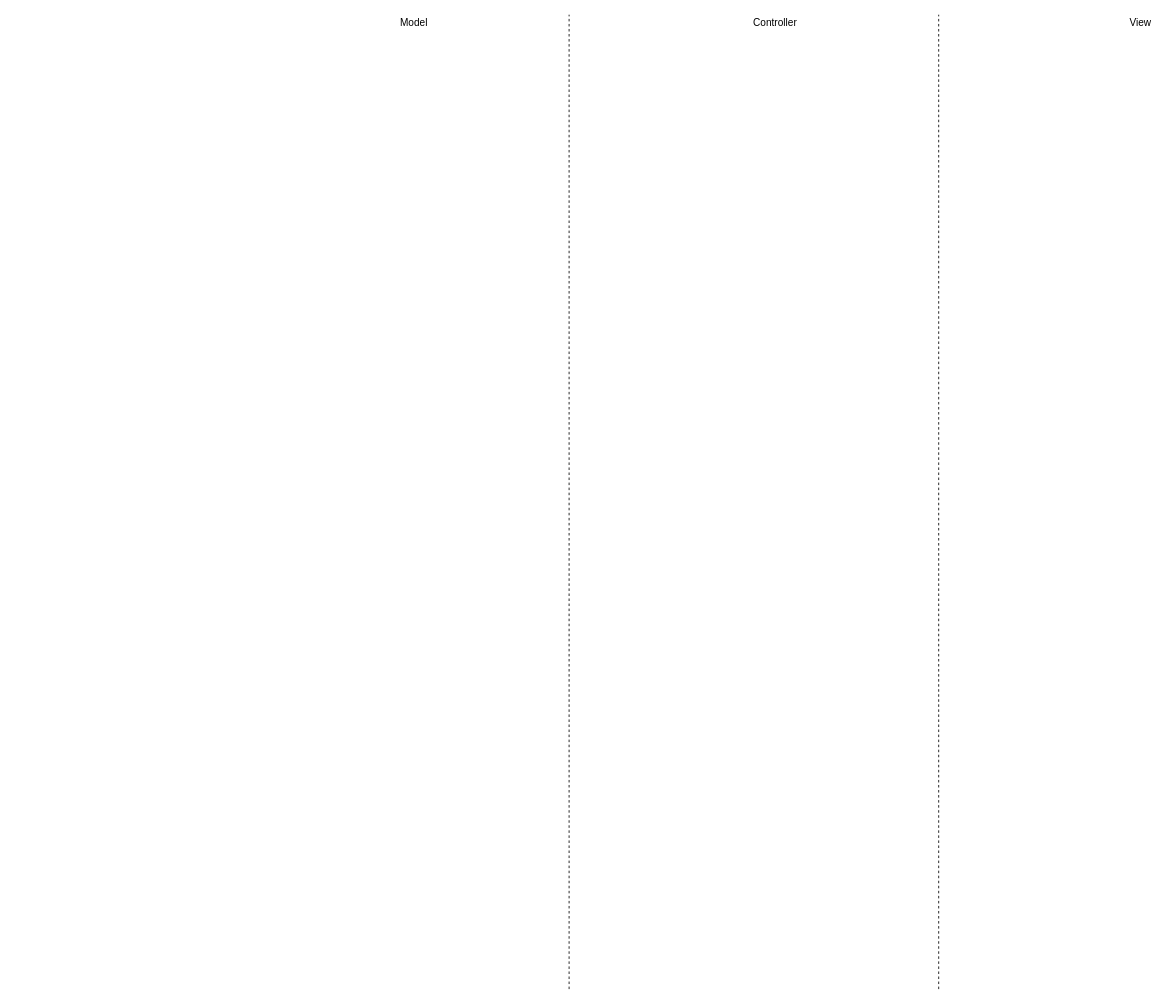
Earlier version of the draw.io diagram page "classes" (5 of 5) of schemes/scheme.drawio (vikk777/Smart-Dictionary). Source tidied: cells renumbered, new cells numbered last; positions are measured from the earlier drawing's top-left corner, leaving out a move shared by most shapes. Both pictures are drawn from the tidied source at 84%, with x=0, y=0 at pixel (392, 14).
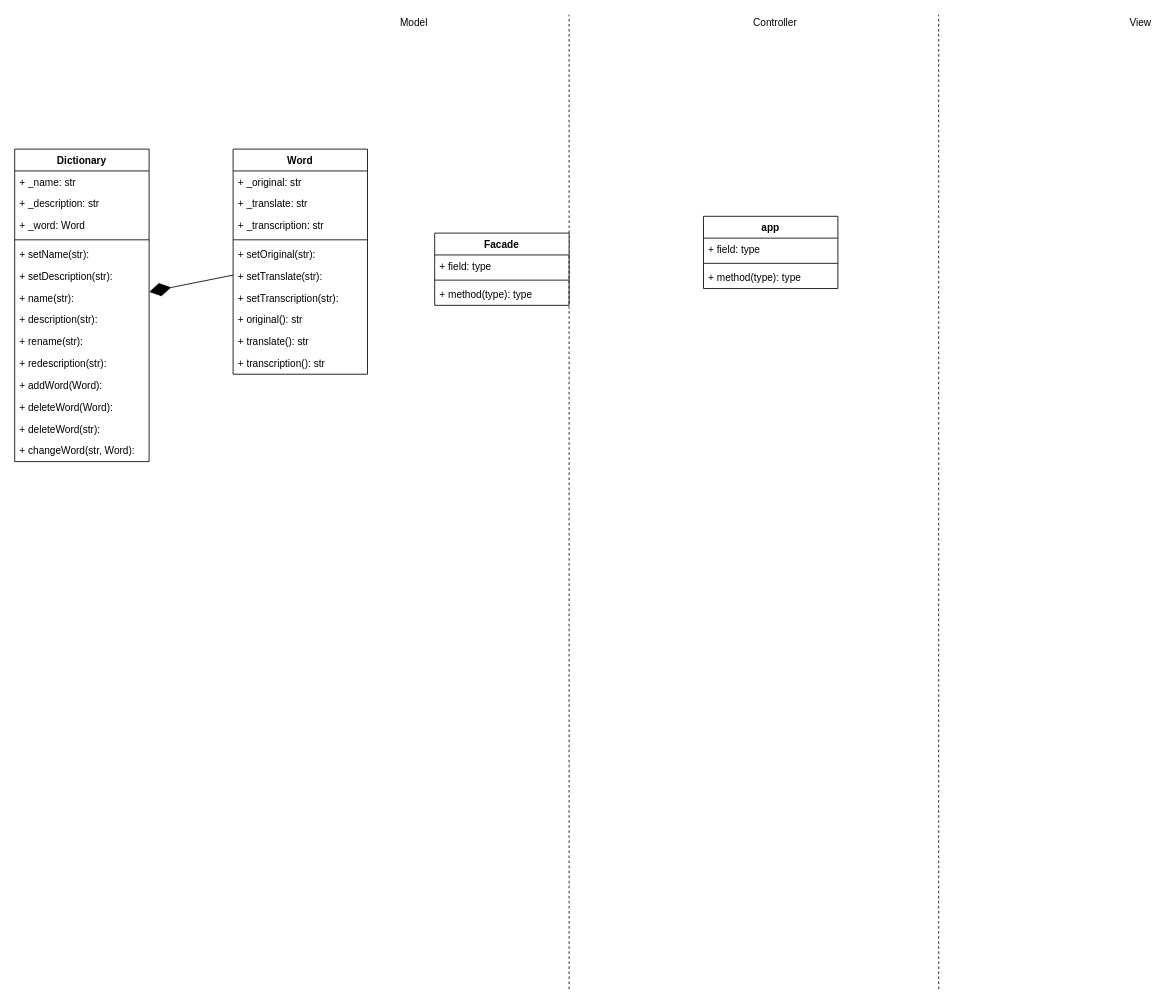
Above is the later version.

Commit message (it also covers changes not shown here):
Created structure of the app. Classes Word and Dictionaries added to scheme

Change to the diagram source:
```diff
@@
+    <mxCell id="7" value="app" style="swimlane;fontStyle=1;align=center;verticalAlign=top;horizontal=1;startSize=26;" parent="1" vertex="1">
+      <mxGeometry x="370" y="240" width="160" height="86" as="geometry" />
+    </mxCell>
+    <mxCell id="8" value="+ field: type" style="text;strokeColor=none;fillColor=none;align=left;verticalAlign=top;spacingLeft=4;spacingRight=4;overflow=hidden;" parent="7" vertex="1">
+      <mxGeometry y="26" width="160" height="26" as="geometry" />
+    </mxCell>
+    <mxCell id="9" style="line;strokeWidth=1;fillColor=none;align=left;verticalAlign=middle;spacingTop=-1;spacingLeft=3;spacingRight=3;labelPosition=right;" parent="7" vertex="1">
+      <mxGeometry y="52" width="160" height="8" as="geometry" />
+    </mxCell>
+    <mxCell id="10" value="+ method(type): type" style="text;strokeColor=none;fillColor=none;align=left;verticalAlign=top;spacingLeft=4;spacingRight=4;overflow=hidden;" parent="7" vertex="1">
+      <mxGeometry y="60" width="160" height="26" as="geometry" />
+    </mxCell>
+    <mxCell id="11" value="Facade" style="swimlane;fontStyle=1;align=center;verticalAlign=top;horizontal=1;startSize=26;" parent="1" vertex="1">
+      <mxGeometry x="50" y="260" width="160" height="86" as="geometry" />
+    </mxCell>
+    <mxCell id="12" value="+ field: type" style="text;strokeColor=none;fillColor=none;align=left;verticalAlign=top;spacingLeft=4;spacingRight=4;overflow=hidden;" parent="11" vertex="1">
+      <mxGeometry y="26" width="160" height="26" as="geometry" />
+    </mxCell>
+    <mxCell id="13" style="line;strokeWidth=1;fillColor=none;align=left;verticalAlign=middle;spacingTop=-1;spacingLeft=3;spacingRight=3;labelPosition=right;" parent="11" vertex="1">
+      <mxGeometry y="52" width="160" height="8" as="geometry" />
+    </mxCell>
+    <mxCell id="14" value="+ method(type): type" style="text;strokeColor=none;fillColor=none;align=left;verticalAlign=top;spacingLeft=4;spacingRight=4;overflow=hidden;" parent="11" vertex="1">
+      <mxGeometry y="60" width="160" height="26" as="geometry" />
+    </mxCell>
+    <mxCell id="15" value="Word" style="swimlane;fontStyle=1;align=center;verticalAlign=top;horizontal=1;startSize=26;" parent="1" vertex="1">
+      <mxGeometry x="-190" y="160" width="160" height="268" as="geometry" />
+    </mxCell>
+    <mxCell id="16" value="+ _original: str" style="text;strokeColor=none;fillColor=none;align=left;verticalAlign=top;spacingLeft=4;spacingRight=4;overflow=hidden;" parent="15" vertex="1">
+      <mxGeometry y="26" width="160" height="26" as="geometry" />
+    </mxCell>
+    <mxCell id="17" value="+ _translate: str" style="text;strokeColor=none;fillColor=none;align=left;verticalAlign=top;spacingLeft=4;spacingRight=4;overflow=hidden;" parent="15" vertex="1">
+      <mxGeometry y="52" width="160" height="26" as="geometry" />
+    </mxCell>
+    <mxCell id="18" value="+ _transcription: str" style="text;strokeColor=none;fillColor=none;align=left;verticalAlign=top;spacingLeft=4;spacingRight=4;overflow=hidden;" parent="15" vertex="1">
+      <mxGeometry y="78" width="160" height="26" as="geometry" />
+    </mxCell>
+    <mxCell id="19" style="line;strokeWidth=1;fillColor=none;align=left;verticalAlign=middle;spacingTop=-1;spacingLeft=3;spacingRight=3;labelPosition=right;" parent="15" vertex="1">
+      <mxGeometry y="104" width="160" height="8" as="geometry" />
+    </mxCell>
+    <mxCell id="20" value="+ setOriginal(str):" style="text;strokeColor=none;fillColor=none;align=left;verticalAlign=top;spacingLeft=4;spacingRight=4;overflow=hidden;" parent="15" vertex="1">
+      <mxGeometry y="112" width="160" height="26" as="geometry" />
+    </mxCell>
+    <mxCell id="21" value="+ setTranslate(str):" style="text;strokeColor=none;fillColor=none;align=left;verticalAlign=top;spacingLeft=4;spacingRight=4;overflow=hidden;" parent="15" vertex="1">
+      <mxGeometry y="138" width="160" height="26" as="geometry" />
+    </mxCell>
+    <mxCell id="22" value="+ setTranscription(str):" style="text;strokeColor=none;fillColor=none;align=left;verticalAlign=top;spacingLeft=4;spacingRight=4;overflow=hidden;" parent="15" vertex="1">
+      <mxGeometry y="164" width="160" height="26" as="geometry" />
+    </mxCell>
+    <mxCell id="23" value="+ original(): str" style="text;strokeColor=none;fillColor=none;align=left;verticalAlign=top;spacingLeft=4;spacingRight=4;overflow=hidden;" parent="15" vertex="1">
+      <mxGeometry y="190" width="160" height="26" as="geometry" />
+    </mxCell>
+    <mxCell id="24" value="+ translate(): str" style="text;strokeColor=none;fillColor=none;align=left;verticalAlign=top;spacingLeft=4;spacingRight=4;overflow=hidden;" parent="15" vertex="1">
+      <mxGeometry y="216" width="160" height="26" as="geometry" />
+    </mxCell>
+    <mxCell id="25" value="+ transcription(): str" style="text;strokeColor=none;fillColor=none;align=left;verticalAlign=top;spacingLeft=4;spacingRight=4;overflow=hidden;" parent="15" vertex="1">
+      <mxGeometry y="242" width="160" height="26" as="geometry" />
+    </mxCell>
+    <mxCell id="26" value="Dictionary" style="swimlane;fontStyle=1;align=center;verticalAlign=top;horizontal=1;startSize=26;" parent="1" vertex="1">
+      <mxGeometry x="-450" y="160" width="160" height="372" as="geometry" />
+    </mxCell>
+    <mxCell id="27" value="+ _name: str" style="text;strokeColor=none;fillColor=none;align=left;verticalAlign=top;spacingLeft=4;spacingRight=4;overflow=hidden;" parent="26" vertex="1">
+      <mxGeometry y="26" width="160" height="26" as="geometry" />
+    </mxCell>
+    <mxCell id="28" value="+ _description: str" style="text;strokeColor=none;fillColor=none;align=left;verticalAlign=top;spacingLeft=4;spacingRight=4;overflow=hidden;" parent="26" vertex="1">
+      <mxGeometry y="52" width="160" height="26" as="geometry" />
+    </mxCell>
+    <mxCell id="29" value="+ _word: Word" style="text;strokeColor=none;fillColor=none;align=left;verticalAlign=top;spacingLeft=4;spacingRight=4;overflow=hidden;" parent="26" vertex="1">
+      <mxGeometry y="78" width="160" height="26" as="geometry" />
+    </mxCell>
+    <mxCell id="30" style="line;strokeWidth=1;fillColor=none;align=left;verticalAlign=middle;spacingTop=-1;spacingLeft=3;spacingRight=3;labelPosition=right;" parent="26" vertex="1">
+      <mxGeometry y="104" width="160" height="8" as="geometry" />
+    </mxCell>
+    <mxCell id="31" value="+ setName(str):" style="text;strokeColor=none;fillColor=none;align=left;verticalAlign=top;spacingLeft=4;spacingRight=4;overflow=hidden;" parent="26" vertex="1">
+      <mxGeometry y="112" width="160" height="26" as="geometry" />
+    </mxCell>
+    <mxCell id="32" value="+ setDescription(str):" style="text;strokeColor=none;fillColor=none;align=left;verticalAlign=top;spacingLeft=4;spacingRight=4;overflow=hidden;" parent="26" vertex="1">
+      <mxGeometry y="138" width="160" height="26" as="geometry" />
+    </mxCell>
+    <mxCell id="33" value="+ name(str):" style="text;strokeColor=none;fillColor=none;align=left;verticalAlign=top;spacingLeft=4;spacingRight=4;overflow=hidden;" parent="26" vertex="1">
+      <mxGeometry y="164" width="160" height="26" as="geometry" />
+    </mxCell>
+    <mxCell id="34" value="+ description(str):" style="text;strokeColor=none;fillColor=none;align=left;verticalAlign=top;spacingLeft=4;spacingRight=4;overflow=hidden;" parent="26" vertex="1">
+      <mxGeometry y="190" width="160" height="26" as="geometry" />
+    </mxCell>
+    <mxCell id="35" value="+ rename(str):" style="text;strokeColor=none;fillColor=none;align=left;verticalAlign=top;spacingLeft=4;spacingRight=4;overflow=hidden;" parent="26" vertex="1">
+      <mxGeometry y="216" width="160" height="26" as="geometry" />
+    </mxCell>
+    <mxCell id="36" value="+ redescription(str):" style="text;strokeColor=none;fillColor=none;align=left;verticalAlign=top;spacingLeft=4;spacingRight=4;overflow=hidden;" parent="26" vertex="1">
+      <mxGeometry y="242" width="160" height="26" as="geometry" />
+    </mxCell>
+    <mxCell id="37" value="+ addWord(Word):" style="text;strokeColor=none;fillColor=none;align=left;verticalAlign=top;spacingLeft=4;spacingRight=4;overflow=hidden;" parent="26" vertex="1">
+      <mxGeometry y="268" width="160" height="26" as="geometry" />
+    </mxCell>
+    <mxCell id="38" value="+ deleteWord(Word):" style="text;strokeColor=none;fillColor=none;align=left;verticalAlign=top;spacingLeft=4;spacingRight=4;overflow=hidden;" parent="26" vertex="1">
+      <mxGeometry y="294" width="160" height="26" as="geometry" />
+    </mxCell>
+    <mxCell id="39" value="+ deleteWord(str):" style="text;strokeColor=none;fillColor=none;align=left;verticalAlign=top;spacingLeft=4;spacingRight=4;overflow=hidden;" parent="26" vertex="1">
+      <mxGeometry y="320" width="160" height="26" as="geometry" />
+    </mxCell>
+    <mxCell id="40" value="+ changeWord(str, Word):" style="text;strokeColor=none;fillColor=none;align=left;verticalAlign=top;spacingLeft=4;spacingRight=4;overflow=hidden;" parent="26" vertex="1">
+      <mxGeometry y="346" width="160" height="26" as="geometry" />
+    </mxCell>
+    <mxCell id="41" style="endArrow=diamondThin;endFill=1;endSize=24;html=1;" parent="1" edge="1" source="15" target="26">
+      <mxGeometry relative="1" as="geometry" />
+    </mxCell>
```
